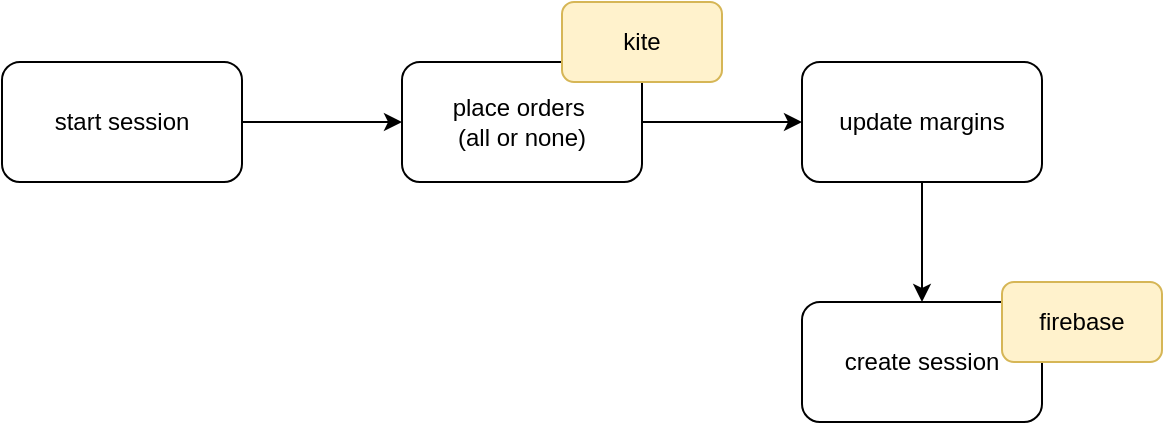
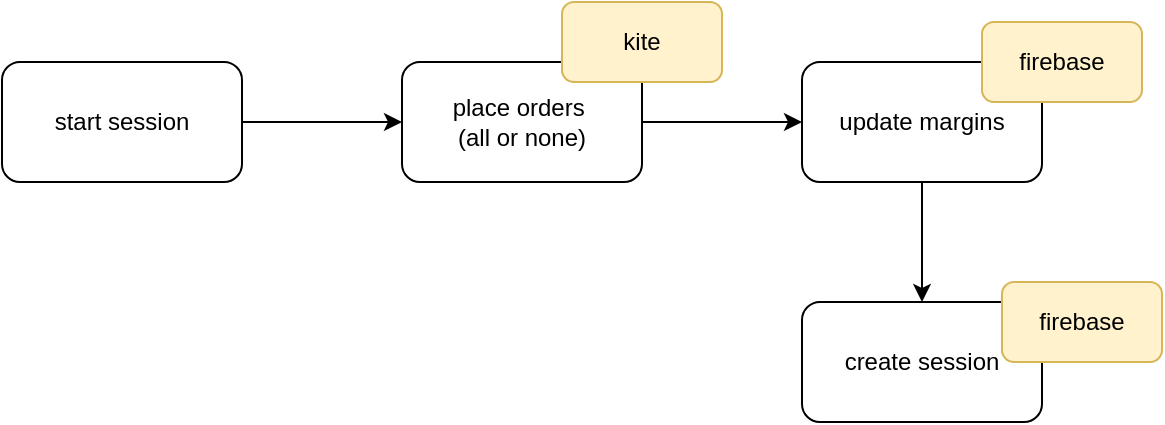
<mxfile host="app.diagrams.net" pages="4">
  <diagram id="YVkBlKKJ4RNEtawBKbZk" name="Session">
    <mxGraphModel dx="1357" dy="626" grid="1" gridSize="10" guides="1" tooltips="1" connect="1" arrows="1" fold="1" page="0" pageScale="1" pageWidth="402" pageHeight="874" math="0" shadow="0">
      <root>
        <mxCell id="0" />
        <mxCell id="1" parent="0" />
        <mxCell id="b8iQl_XISdQ6rZ6kNcMQ-3" edge="1" parent="1" source="b8iQl_XISdQ6rZ6kNcMQ-1" style="edgeStyle=orthogonalEdgeStyle;rounded=0;orthogonalLoop=1;jettySize=auto;html=1;" target="b8iQl_XISdQ6rZ6kNcMQ-2" value="">
          <mxGeometry relative="1" as="geometry" />
        </mxCell>
        <mxCell id="b8iQl_XISdQ6rZ6kNcMQ-1" parent="1" style="rounded=1;whiteSpace=wrap;html=1;" value="start session" vertex="1">
          <mxGeometry height="60" width="120" x="-200" y="80" as="geometry" />
        </mxCell>
        <mxCell id="b8iQl_XISdQ6rZ6kNcMQ-5" edge="1" parent="1" source="b8iQl_XISdQ6rZ6kNcMQ-2" style="edgeStyle=orthogonalEdgeStyle;rounded=0;orthogonalLoop=1;jettySize=auto;html=1;" target="b8iQl_XISdQ6rZ6kNcMQ-4" value="">
          <mxGeometry relative="1" as="geometry" />
        </mxCell>
        <mxCell id="b8iQl_XISdQ6rZ6kNcMQ-2" parent="1" style="whiteSpace=wrap;html=1;rounded=1;" value="place orders&amp;nbsp;&lt;br&gt;(all or none)" vertex="1">
          <mxGeometry height="60" width="120" y="80" as="geometry" />
        </mxCell>
        <mxCell id="b8iQl_XISdQ6rZ6kNcMQ-7" edge="1" parent="1" source="b8iQl_XISdQ6rZ6kNcMQ-4" style="edgeStyle=orthogonalEdgeStyle;rounded=0;orthogonalLoop=1;jettySize=auto;html=1;" target="b8iQl_XISdQ6rZ6kNcMQ-6" value="">
          <mxGeometry relative="1" as="geometry" />
        </mxCell>
        <mxCell id="b8iQl_XISdQ6rZ6kNcMQ-4" parent="1" style="whiteSpace=wrap;html=1;rounded=1;" value="update margins" vertex="1">
          <mxGeometry height="60" width="120" x="200" y="80" as="geometry" />
        </mxCell>
        <mxCell id="b8iQl_XISdQ6rZ6kNcMQ-6" parent="1" style="whiteSpace=wrap;html=1;rounded=1;" value="create session" vertex="1">
          <mxGeometry height="60" width="120" x="200" y="200" as="geometry" />
        </mxCell>
        <mxCell id="b8iQl_XISdQ6rZ6kNcMQ-8" parent="1" style="rounded=1;whiteSpace=wrap;html=1;fillColor=#fff2cc;strokeColor=#d6b656;" value="firebase" vertex="1">
          <mxGeometry height="40" width="80" x="300" y="190" as="geometry" />
        </mxCell>
        <mxCell id="b8iQl_XISdQ6rZ6kNcMQ-9" parent="1" style="rounded=1;whiteSpace=wrap;html=1;fillColor=#fff2cc;strokeColor=#d6b656;" value="kite" vertex="1">
          <mxGeometry height="40" width="80" x="80" y="50" as="geometry" />
+         </mxCell>
+         <mxCell id="b8iQl_XISdQ6rZ6kNcMQ-10" parent="1" style="rounded=1;whiteSpace=wrap;html=1;fillColor=#fff2cc;strokeColor=#d6b656;" value="firebase" vertex="1">
+           <mxGeometry height="40" width="80" x="290" y="60" as="geometry" />
        </mxCell>
      </root>
    </mxGraphModel>
  </diagram>
  <diagram id="4KjMPYYtLXdBkkJX1B08" name="Auth">
    <mxGraphModel dx="1276" dy="835" grid="0" gridSize="10" guides="1" tooltips="1" connect="1" arrows="1" fold="1" page="0" pageScale="1" pageWidth="402" pageHeight="874" math="0" shadow="0">
      <root>
        <mxCell id="0" />
        <mxCell id="1" parent="0" />
        <mxCell id="pPH6oVQiPgVcm9OUePWL-3" edge="1" parent="1" source="pPH6oVQiPgVcm9OUePWL-1" style="edgeStyle=orthogonalEdgeStyle;rounded=0;orthogonalLoop=1;jettySize=auto;html=1;" target="pPH6oVQiPgVcm9OUePWL-2" value="">
          <mxGeometry relative="1" as="geometry" />
        </mxCell>
        <mxCell id="pPH6oVQiPgVcm9OUePWL-1" parent="1" style="rounded=1;whiteSpace=wrap;html=1;" value="User clicks &quot;Login&quot; Button" vertex="1">
          <mxGeometry height="60" width="120" x="23" y="101" as="geometry" />
        </mxCell>
        <mxCell id="pPH6oVQiPgVcm9OUePWL-5" edge="1" parent="1" source="pPH6oVQiPgVcm9OUePWL-2" style="edgeStyle=orthogonalEdgeStyle;rounded=0;orthogonalLoop=1;jettySize=auto;html=1;" target="pPH6oVQiPgVcm9OUePWL-4" value="">
          <mxGeometry relative="1" as="geometry" />
        </mxCell>
        <mxCell id="pPH6oVQiPgVcm9OUePWL-2" parent="1" style="whiteSpace=wrap;html=1;rounded=1;" value="Open the Login URL" vertex="1">
          <mxGeometry height="60" width="120" x="223" y="101" as="geometry" />
        </mxCell>
        <mxCell id="pPH6oVQiPgVcm9OUePWL-7" edge="1" parent="1" source="pPH6oVQiPgVcm9OUePWL-4" style="edgeStyle=orthogonalEdgeStyle;rounded=0;orthogonalLoop=1;jettySize=auto;html=1;" target="pPH6oVQiPgVcm9OUePWL-6" value="">
          <mxGeometry relative="1" as="geometry" />
        </mxCell>
        <mxCell id="pPH6oVQiPgVcm9OUePWL-4" parent="1" style="whiteSpace=wrap;html=1;rounded=1;" value="User logins to Zerodha" vertex="1">
          <mxGeometry height="60" width="120" x="423" y="101" as="geometry" />
        </mxCell>
        <mxCell id="pPH6oVQiPgVcm9OUePWL-9" edge="1" parent="1" source="pPH6oVQiPgVcm9OUePWL-6" style="edgeStyle=orthogonalEdgeStyle;rounded=0;orthogonalLoop=1;jettySize=auto;html=1;" target="pPH6oVQiPgVcm9OUePWL-8" value="">
          <mxGeometry relative="1" as="geometry" />
        </mxCell>
        <mxCell id="pPH6oVQiPgVcm9OUePWL-6" parent="1" style="whiteSpace=wrap;html=1;rounded=1;" value="Redirected to callback URL with request_token&lt;br&gt;&lt;b&gt;http://localhost:3000/api/auth/kite/callback&lt;/b&gt;" vertex="1">
          <mxGeometry height="60" width="262" x="352" y="244" as="geometry" />
        </mxCell>
        <mxCell id="pPH6oVQiPgVcm9OUePWL-13" edge="1" parent="1" source="pPH6oVQiPgVcm9OUePWL-8" style="edgeStyle=orthogonalEdgeStyle;rounded=0;orthogonalLoop=1;jettySize=auto;html=1;" target="pPH6oVQiPgVcm9OUePWL-12" value="">
          <mxGeometry relative="1" as="geometry" />
        </mxCell>
        <mxCell id="pPH6oVQiPgVcm9OUePWL-8" parent="1" style="whiteSpace=wrap;html=1;rounded=1;" value="In loader for this route, generate the session" vertex="1">
          <mxGeometry height="60" width="120" x="17" y="244" as="geometry" />
        </mxCell>
        <mxCell id="pPH6oVQiPgVcm9OUePWL-15" edge="1" parent="1" source="pPH6oVQiPgVcm9OUePWL-12" style="edgeStyle=orthogonalEdgeStyle;rounded=0;orthogonalLoop=1;jettySize=auto;html=1;" target="pPH6oVQiPgVcm9OUePWL-14" value="">
          <mxGeometry relative="1" as="geometry" />
        </mxCell>
        <mxCell id="pPH6oVQiPgVcm9OUePWL-12" parent="1" style="whiteSpace=wrap;html=1;rounded=1;" value="Serialize and save the access token in cookie" vertex="1">
          <mxGeometry height="60" width="120" x="17" y="384" as="geometry" />
        </mxCell>
        <mxCell id="pPH6oVQiPgVcm9OUePWL-17" edge="1" parent="1" source="pPH6oVQiPgVcm9OUePWL-14" style="edgeStyle=orthogonalEdgeStyle;rounded=0;orthogonalLoop=1;jettySize=auto;html=1;" target="pPH6oVQiPgVcm9OUePWL-16" value="">
          <mxGeometry relative="1" as="geometry" />
        </mxCell>
        <mxCell id="pPH6oVQiPgVcm9OUePWL-14" parent="1" style="whiteSpace=wrap;html=1;rounded=1;" value="redirect to /dashboard" vertex="1">
          <mxGeometry height="60" width="120" x="217" y="384" as="geometry" />
        </mxCell>
        <mxCell id="pPH6oVQiPgVcm9OUePWL-19" edge="1" parent="1" source="pPH6oVQiPgVcm9OUePWL-16" style="edgeStyle=orthogonalEdgeStyle;rounded=0;orthogonalLoop=1;jettySize=auto;html=1;" target="pPH6oVQiPgVcm9OUePWL-18" value="">
          <mxGeometry relative="1" as="geometry" />
        </mxCell>
        <mxCell id="pPH6oVQiPgVcm9OUePWL-16" parent="1" style="whiteSpace=wrap;html=1;rounded=1;" value="in dashboard loader, get the access token from the cookie and send it to client" vertex="1">
          <mxGeometry height="60" width="120" x="417" y="384" as="geometry" />
        </mxCell>
        <mxCell id="pPH6oVQiPgVcm9OUePWL-21" edge="1" parent="1" source="pPH6oVQiPgVcm9OUePWL-18" style="edgeStyle=orthogonalEdgeStyle;rounded=0;orthogonalLoop=1;jettySize=auto;html=1;" target="pPH6oVQiPgVcm9OUePWL-20" value="">
          <mxGeometry relative="1" as="geometry" />
        </mxCell>
        <mxCell id="pPH6oVQiPgVcm9OUePWL-18" parent="1" style="whiteSpace=wrap;html=1;rounded=1;" value="front-end creates the kc client with api_key and access_token.&amp;nbsp;&amp;nbsp;" vertex="1">
          <mxGeometry height="60" width="120" x="617" y="384" as="geometry" />
        </mxCell>
        <mxCell id="pPH6oVQiPgVcm9OUePWL-20" parent="1" style="whiteSpace=wrap;html=1;rounded=1;" value="use kc client for calling Kite APIs" vertex="1">
          <mxGeometry height="60" width="120" x="617" y="524" as="geometry" />
        </mxCell>
      </root>
    </mxGraphModel>
  </diagram>
  <diagram name="UI/UX" id="5MV4RERJIjpIYta4IkZD">
    <mxGraphModel dx="3134" dy="2189" grid="0" gridSize="10" guides="1" tooltips="1" connect="1" arrows="1" fold="1" page="0" pageScale="1" pageWidth="402" pageHeight="874" background="#ffffff" math="0" shadow="0">
      <root>
        <mxCell id="0" />
        <mxCell id="1" parent="0" />
        <mxCell id="ExlUUjPYo0Ii6ma58Pc_-14" parent="1" style="rounded=1;whiteSpace=wrap;html=1;" value="" vertex="1">
          <mxGeometry height="321" width="1097" x="-296" y="-20" as="geometry" />
        </mxCell>
        <mxCell id="ExlUUjPYo0Ii6ma58Pc_-13" parent="1" style="rounded=1;whiteSpace=wrap;html=1;" value="" vertex="1">
          <mxGeometry height="321" width="1097" x="-287" y="732" as="geometry" />
        </mxCell>
        <mxCell id="iMmVTYed4h1aN_pzg3ix-1" parent="1" style="text;html=1;whiteSpace=wrap;strokeColor=none;fillColor=none;align=center;verticalAlign=middle;rounded=0;fontStyle=1;fontSize=48;fontColor=light-dark(#7a7978, #ededed);" value="Net Qty." vertex="1">
          <mxGeometry height="59" width="60" x="-120" y="72" as="geometry" />
        </mxCell>
        <mxCell id="iMmVTYed4h1aN_pzg3ix-2" parent="1" style="text;html=1;whiteSpace=wrap;strokeColor=none;fillColor=none;align=center;verticalAlign=middle;rounded=0;fontStyle=1;fontSize=48;fontColor=light-dark(#7a7978, #ededed);" value="AVG. PRICE" vertex="1">
          <mxGeometry height="59" width="60" x="149" y="61" as="geometry" />
        </mxCell>
        <mxCell id="iMmVTYed4h1aN_pzg3ix-3" parent="1" style="text;html=1;whiteSpace=wrap;strokeColor=none;fillColor=none;align=center;verticalAlign=middle;rounded=0;fontStyle=1;fontSize=48;fontColor=light-dark(#7a7978, #ededed);" value="LTP" vertex="1">
          <mxGeometry height="59" width="60" x="418" y="61" as="geometry" />
        </mxCell>
        <mxCell id="iMmVTYed4h1aN_pzg3ix-4" parent="1" style="text;html=1;whiteSpace=wrap;strokeColor=none;fillColor=none;align=center;verticalAlign=middle;rounded=0;fontStyle=1;fontSize=48;fontColor=light-dark(#7a7978, #ededed);" value="PnL" vertex="1">
          <mxGeometry height="59" width="60" x="687" y="61" as="geometry" />
        </mxCell>
        <mxCell id="iMmVTYed4h1aN_pzg3ix-5" parent="1" style="text;html=1;whiteSpace=wrap;strokeColor=none;fillColor=none;align=center;verticalAlign=middle;rounded=0;fontSize=36;fontStyle=1" value="100" vertex="1">
          <mxGeometry height="30" width="60" x="-120" y="211" as="geometry" />
        </mxCell>
        <mxCell id="iMmVTYed4h1aN_pzg3ix-6" parent="1" style="text;html=1;whiteSpace=wrap;strokeColor=none;fillColor=none;align=center;verticalAlign=middle;rounded=0;fontSize=36;fontStyle=1" value="36.40" vertex="1">
          <mxGeometry height="30" width="60" x="149" y="211" as="geometry" />
        </mxCell>
        <mxCell id="iMmVTYed4h1aN_pzg3ix-7" parent="1" style="text;html=1;whiteSpace=wrap;strokeColor=none;fillColor=none;align=center;verticalAlign=middle;rounded=0;fontSize=36;fontStyle=1" value="37.45" vertex="1">
          <mxGeometry height="30" width="60" x="418" y="211" as="geometry" />
        </mxCell>
        <mxCell id="iMmVTYed4h1aN_pzg3ix-8" parent="1" style="text;html=1;whiteSpace=wrap;strokeColor=none;fillColor=none;align=center;verticalAlign=middle;rounded=0;fontSize=36;fontStyle=1" value="100" vertex="1">
          <mxGeometry height="30" width="60" x="687" y="211" as="geometry" />
        </mxCell>
        <mxCell id="7si3vGMUa6yKKs87A3T9-2" edge="1" parent="1" source="7si3vGMUa6yKKs87A3T9-1" style="edgeStyle=orthogonalEdgeStyle;rounded=0;orthogonalLoop=1;jettySize=auto;html=1;exitX=0.5;exitY=0;exitDx=0;exitDy=0;entryX=0;entryY=0.5;entryDx=0;entryDy=0;" target="iMmVTYed4h1aN_pzg3ix-5">
          <mxGeometry relative="1" as="geometry">
            <Array as="points">
              <mxPoint x="-283" y="227" />
              <mxPoint x="-139" y="227" />
            </Array>
            <mxPoint x="-139.09090909090924" y="259.27272727272725" as="targetPoint" />
          </mxGeometry>
        </mxCell>
        <mxCell id="7si3vGMUa6yKKs87A3T9-1" parent="1" style="text;html=1;whiteSpace=wrap;strokeColor=none;fillColor=none;align=center;verticalAlign=middle;rounded=0;fontStyle=1" value="Red color if negative, blue color if positive" vertex="1">
          <mxGeometry height="70" width="129" x="-347" y="453" as="geometry" />
        </mxCell>
        <mxCell id="7si3vGMUa6yKKs87A3T9-4" edge="1" parent="1" source="7si3vGMUa6yKKs87A3T9-3" style="edgeStyle=orthogonalEdgeStyle;rounded=0;orthogonalLoop=1;jettySize=auto;html=1;entryX=0.5;entryY=1;entryDx=0;entryDy=0;" target="iMmVTYed4h1aN_pzg3ix-8">
          <mxGeometry relative="1" as="geometry" />
        </mxCell>
        <mxCell id="7si3vGMUa6yKKs87A3T9-3" parent="1" style="text;html=1;whiteSpace=wrap;strokeColor=none;fillColor=none;align=center;verticalAlign=middle;rounded=0;fontStyle=1" value="Red color if negative, blue color if positive" vertex="1">
          <mxGeometry height="70" width="129" x="681" y="398" as="geometry" />
        </mxCell>
        <mxCell id="7si3vGMUa6yKKs87A3T9-5" parent="1" style="text;html=1;whiteSpace=wrap;strokeColor=none;fillColor=none;align=center;verticalAlign=middle;rounded=0;" value="Will receive the following props:&lt;br&gt;netQuantity: number;&lt;br&gt;&lt;div&gt;averagePrice: number&lt;/div&gt;&lt;div&gt;ltp: number;&lt;/div&gt;" vertex="1">
          <mxGeometry height="101" width="203" x="-25" y="355" as="geometry" />
        </mxCell>
        <mxCell id="7si3vGMUa6yKKs87A3T9-6" parent="1" style="text;html=1;whiteSpace=wrap;strokeColor=none;fillColor=none;align=center;verticalAlign=middle;rounded=0;" value="PnL needs to be calculated by the component" vertex="1">
          <mxGeometry height="101" width="203" x="-21" y="482" as="geometry" />
        </mxCell>
        <mxCell id="7si3vGMUa6yKKs87A3T9-7" parent="1" style="text;html=1;whiteSpace=wrap;strokeColor=none;fillColor=none;align=center;verticalAlign=middle;rounded=0;fontStyle=1;fontSize=48;fontColor=light-dark(#7a7978, #ededed);" value="Net Qty." vertex="1">
          <mxGeometry height="59" width="60" x="-186" y="816" as="geometry" />
        </mxCell>
        <mxCell id="7si3vGMUa6yKKs87A3T9-8" parent="1" style="text;html=1;whiteSpace=wrap;strokeColor=none;fillColor=none;align=center;verticalAlign=middle;rounded=0;fontStyle=1;fontSize=48;fontColor=light-dark(#7a7978, #ededed);" value="AVG. PRICE" vertex="1">
          <mxGeometry height="59" width="60" x="83" y="805" as="geometry" />
        </mxCell>
        <mxCell id="7si3vGMUa6yKKs87A3T9-9" parent="1" style="text;html=1;whiteSpace=wrap;strokeColor=none;fillColor=none;align=center;verticalAlign=middle;rounded=0;fontStyle=1;fontSize=48;fontColor=light-dark(#7a7978, #ededed);" value="LTP" vertex="1">
          <mxGeometry height="59" width="60" x="352" y="805" as="geometry" />
        </mxCell>
        <mxCell id="7si3vGMUa6yKKs87A3T9-10" parent="1" style="text;html=1;whiteSpace=wrap;strokeColor=none;fillColor=none;align=center;verticalAlign=middle;rounded=0;fontStyle=1;fontSize=48;fontColor=light-dark(#7a7978, #ededed);" value="PnL" vertex="1">
          <mxGeometry height="59" width="60" x="621" y="805" as="geometry" />
        </mxCell>
        <mxCell id="7si3vGMUa6yKKs87A3T9-11" parent="1" style="text;html=1;whiteSpace=wrap;strokeColor=none;fillColor=none;align=center;verticalAlign=middle;rounded=0;fontSize=18;fontStyle=1" value="{props.netQuantity}" vertex="1">
          <mxGeometry height="30" width="60" x="-186" y="955" as="geometry" />
        </mxCell>
        <mxCell id="7si3vGMUa6yKKs87A3T9-12" parent="1" style="text;html=1;whiteSpace=wrap;strokeColor=none;fillColor=none;align=center;verticalAlign=middle;rounded=0;fontSize=18;fontStyle=1" value="&lt;div&gt;{props.averagePrice}&lt;/div&gt;" vertex="1">
          <mxGeometry height="30" width="60" x="83" y="955" as="geometry" />
        </mxCell>
        <mxCell id="7si3vGMUa6yKKs87A3T9-13" parent="1" style="text;html=1;whiteSpace=wrap;strokeColor=none;fillColor=none;align=center;verticalAlign=middle;rounded=0;fontSize=18;fontStyle=1" value="{props.ltp}" vertex="1">
          <mxGeometry height="30" width="60" x="352" y="955" as="geometry" />
        </mxCell>
        <mxCell id="7si3vGMUa6yKKs87A3T9-14" parent="1" style="text;html=1;whiteSpace=wrap;strokeColor=none;fillColor=none;align=center;verticalAlign=middle;rounded=0;fontSize=18;fontStyle=1" value="{pnl}" vertex="1">
          <mxGeometry height="30" width="60" x="621" y="955" as="geometry" />
        </mxCell>
        <mxCell id="ExlUUjPYo0Ii6ma58Pc_-1" parent="1" style="rounded=1;whiteSpace=wrap;html=1;" value="" vertex="1">
          <mxGeometry height="321" width="1253" x="-202" y="1234" as="geometry" />
        </mxCell>
        <mxCell id="ExlUUjPYo0Ii6ma58Pc_-2" parent="1" style="text;html=1;whiteSpace=wrap;strokeColor=none;fillColor=none;align=center;verticalAlign=middle;rounded=0;fontStyle=1;fontSize=48;fontColor=light-dark(#7a7978, #ededed);" value="Total Margin" vertex="1">
          <mxGeometry height="59" width="168" x="-154" y="1292" as="geometry" />
        </mxCell>
        <mxCell id="ExlUUjPYo0Ii6ma58Pc_-3" parent="1" style="text;html=1;whiteSpace=wrap;strokeColor=none;fillColor=none;align=center;verticalAlign=middle;rounded=0;fontStyle=1;fontSize=48;fontColor=light-dark(#7a7978, #ededed);" value="Utilized Margin" vertex="1">
          <mxGeometry height="59" width="168" x="330" y="1295" as="geometry" />
        </mxCell>
        <mxCell id="ExlUUjPYo0Ii6ma58Pc_-4" parent="1" style="text;html=1;whiteSpace=wrap;strokeColor=none;fillColor=none;align=center;verticalAlign=middle;rounded=0;fontStyle=1;fontSize=48;fontColor=light-dark(#7a7978, #ededed);" value="Net Margin" vertex="1">
          <mxGeometry height="59" width="168" x="813" y="1289" as="geometry" />
        </mxCell>
        <mxCell id="ExlUUjPYo0Ii6ma58Pc_-5" parent="1" style="text;html=1;whiteSpace=wrap;strokeColor=none;fillColor=none;align=center;verticalAlign=middle;rounded=0;fontSize=42;" value="₹2000" vertex="1">
          <mxGeometry height="30" width="60" x="-100" y="1412" as="geometry" />
        </mxCell>
        <mxCell id="ExlUUjPYo0Ii6ma58Pc_-7" parent="1" style="text;html=1;whiteSpace=wrap;strokeColor=none;fillColor=none;align=center;verticalAlign=middle;rounded=0;fontSize=42;" value="₹200" vertex="1">
          <mxGeometry height="30" width="60" x="384" y="1412" as="geometry" />
        </mxCell>
        <mxCell id="ExlUUjPYo0Ii6ma58Pc_-8" parent="1" style="text;html=1;whiteSpace=wrap;strokeColor=none;fillColor=none;align=center;verticalAlign=middle;rounded=0;fontSize=42;" value="₹1800" vertex="1">
          <mxGeometry height="30" width="60" x="867" y="1412" as="geometry" />
        </mxCell>
        <mxCell id="ExlUUjPYo0Ii6ma58Pc_-9" parent="1" style="html=1;shadow=0;dashed=0;shape=mxgraph.bootstrap.rrect;rSize=5;fillColor=#E9ECEF;strokeColor=none;" value="" vertex="1">
          <mxGeometry height="20" width="800" x="24.5" y="1507" as="geometry" />
        </mxCell>
        <mxCell id="ExlUUjPYo0Ii6ma58Pc_-10" parent="ExlUUjPYo0Ii6ma58Pc_-9" style="html=1;shadow=0;dashed=0;shape=mxgraph.bootstrap.leftButton;rSize=5;fillColor=#1CA5B8;strokeColor=none;resizeHeight=1;" value="" vertex="1">
          <mxGeometry height="20" relative="1" width="250" as="geometry" />
        </mxCell>
        <mxCell id="ExlUUjPYo0Ii6ma58Pc_-11" parent="1" style="text;html=1;whiteSpace=wrap;strokeColor=none;fillColor=none;align=center;verticalAlign=middle;rounded=0;fontSize=24;" value="The max value on the progress bar is the total margin and the filled in part is the utilized margin" vertex="1">
          <mxGeometry height="92" width="269" x="175" y="1620" as="geometry" />
        </mxCell>
        <mxCell id="ExlUUjPYo0Ii6ma58Pc_-12" edge="1" parent="1" source="ExlUUjPYo0Ii6ma58Pc_-11" style="edgeStyle=orthogonalEdgeStyle;rounded=0;orthogonalLoop=1;jettySize=auto;html=1;exitX=0.5;exitY=0;exitDx=0;exitDy=0;entryX=0.412;entryY=0.999;entryDx=0;entryDy=0;entryPerimeter=0;" target="ExlUUjPYo0Ii6ma58Pc_-1">
          <mxGeometry relative="1" as="geometry" />
        </mxCell>
      </root>
    </mxGraphModel>
  </diagram>
  <diagram id="dmkDPsUycKQvBsQ4H3Di" name="Kite-Fly-Ticker-Architecture">
    <mxGraphModel dx="1357" dy="626" grid="0" gridSize="10" guides="1" tooltips="1" connect="1" arrows="1" fold="1" page="0" pageScale="1" pageWidth="402" pageHeight="874" math="0" shadow="0">
      <root>
        <mxCell id="0" />
        <mxCell id="1" parent="0" />
        <mxCell id="FDZGNOtkY16CQce4NqAR-3" edge="1" parent="1" source="FDZGNOtkY16CQce4NqAR-1" style="edgeStyle=orthogonalEdgeStyle;rounded=0;orthogonalLoop=1;jettySize=auto;html=1;" target="FDZGNOtkY16CQce4NqAR-2" value="">
          <mxGeometry relative="1" as="geometry" />
        </mxCell>
        <mxCell id="FDZGNOtkY16CQce4NqAR-1" parent="1" style="rounded=1;whiteSpace=wrap;html=1;" value="Client posts a request - for example:&lt;br&gt;&lt;div&gt;&lt;br&gt;&lt;/div&gt;&lt;br&gt;&lt;div&gt;fetch(&quot;http://localhost:3000/api/ltp&quot;, () =&amp;gt; {&lt;/div&gt;&lt;div&gt;method: &quot;POST&quot;,&lt;/div&gt;&lt;div&gt;body: JSON.stringify({&lt;/div&gt;&lt;div&gt;instrument: &quot;WIPRO&quot;,&lt;br&gt;ltp: 128.10&lt;/div&gt;&lt;div&gt;})&lt;/div&gt;&lt;div&gt;})&lt;br&gt;&lt;br&gt;The call is made from another site - for ex. https://kite.zerodha.com&lt;/div&gt;" vertex="1">
          <mxGeometry height="236" width="345" x="-33" y="45" as="geometry" />
        </mxCell>
        <mxCell id="FDZGNOtkY16CQce4NqAR-5" edge="1" parent="1" source="FDZGNOtkY16CQce4NqAR-2" style="edgeStyle=orthogonalEdgeStyle;rounded=0;orthogonalLoop=1;jettySize=auto;html=1;" target="FDZGNOtkY16CQce4NqAR-4" value="">
          <mxGeometry relative="1" as="geometry" />
        </mxCell>
        <mxCell id="FDZGNOtkY16CQce4NqAR-2" parent="1" style="whiteSpace=wrap;html=1;rounded=1;" value="SERVER" vertex="1">
          <mxGeometry height="60" width="120" x="504.5" y="98.5" as="geometry" />
        </mxCell>
        <mxCell id="FDZGNOtkY16CQce4NqAR-8" edge="1" parent="1" source="FDZGNOtkY16CQce4NqAR-4" style="edgeStyle=orthogonalEdgeStyle;rounded=0;orthogonalLoop=1;jettySize=auto;html=1;exitX=0.75;exitY=1;exitDx=0;exitDy=0;entryX=1;entryY=0.75;entryDx=0;entryDy=0;" target="FDZGNOtkY16CQce4NqAR-6">
          <mxGeometry relative="1" as="geometry" />
        </mxCell>
        <mxCell id="FDZGNOtkY16CQce4NqAR-4" parent="1" style="whiteSpace=wrap;html=1;rounded=1;" value="Websocket" vertex="1">
          <mxGeometry height="60" width="120" x="504.5" y="265" as="geometry" />
        </mxCell>
        <mxCell id="FDZGNOtkY16CQce4NqAR-7" edge="1" parent="1" source="FDZGNOtkY16CQce4NqAR-6" style="edgeStyle=orthogonalEdgeStyle;rounded=0;orthogonalLoop=1;jettySize=auto;html=1;entryX=0.5;entryY=1;entryDx=0;entryDy=0;" target="FDZGNOtkY16CQce4NqAR-4">
          <mxGeometry relative="1" as="geometry" />
        </mxCell>
        <mxCell id="FDZGNOtkY16CQce4NqAR-6" parent="1" style="rounded=1;whiteSpace=wrap;html=1;" value="On another client,&lt;div&gt;new Websocket()&lt;/div&gt;// receive the data which is sent from /api/ltp" vertex="1">
          <mxGeometry height="167" width="345" x="1" y="392" as="geometry" />
        </mxCell>
      </root>
    </mxGraphModel>
  </diagram>
</mxfile>
